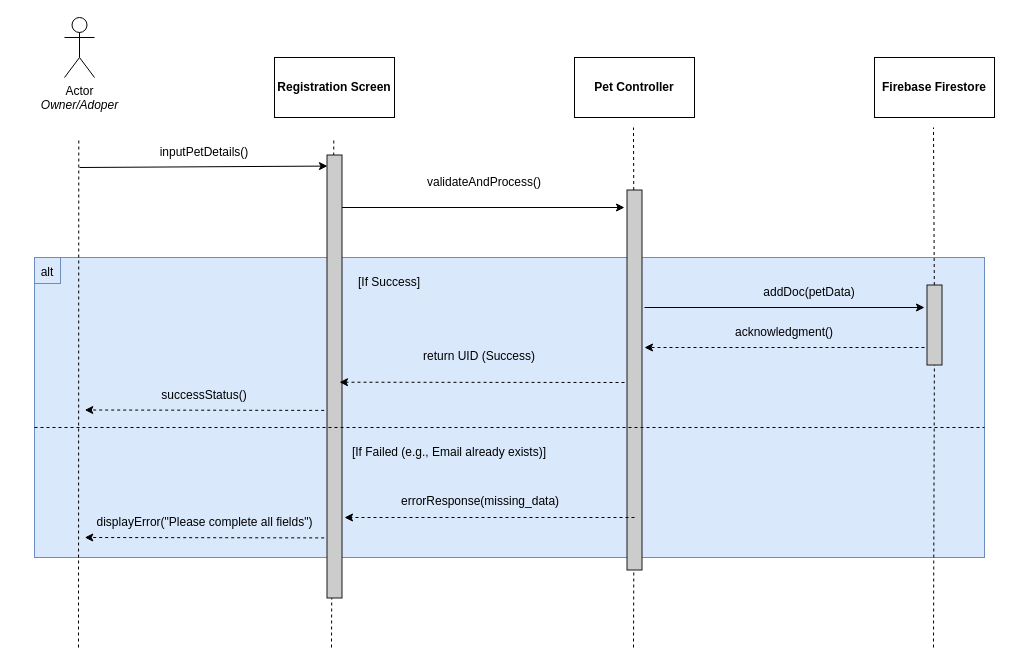
This is page "Pet Registration" (2 of 5) of SD_MAGDA.drawio from Chels013/Breedr-Diagrams, a draw.io file, before an edit. Source tidied: cells renumbered, new cells numbered last; positions are measured from the earlier drawing's top-left corner, leaving out a move shared by most shapes. Both pictures are drawn from the tidied source at 100%, with x=0, y=0 at pixel (17, 17).
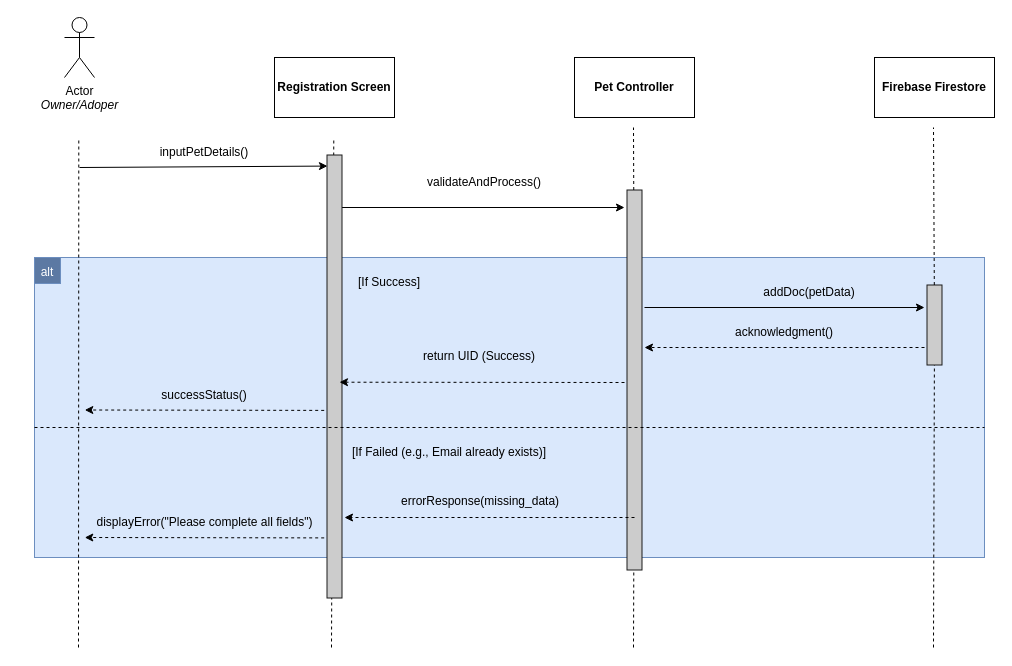
The same page after the edit.

Diff of the diagram source:
```diff
@@
-    <mxCell id="33" style="whiteSpace=wrap;html=1;fillColor=#dae8fc;strokeColor=#6c8ebf;" parent="1" vertex="1">
+    <mxCell id="33" style="whiteSpace=wrap;html=1;fillColor=#5C79A3;strokeColor=#6c8ebf;" parent="1" vertex="1">
       <mxGeometry x="17" y="240" width="26" height="26" as="geometry" />
     </mxCell>
-    <mxCell id="34" value="alt" style="text;html=1;align=center;verticalAlign=middle;whiteSpace=wrap;rounded=0;" parent="1" vertex="1">
+    <mxCell id="34" value="&lt;font style=&quot;color: rgb(255, 255, 255);&quot;&gt;alt&lt;/font&gt;" style="text;html=1;align=center;verticalAlign=middle;whiteSpace=wrap;rounded=0;" parent="1" vertex="1">
       <mxGeometry y="240" width="60" height="30" as="geometry" />
     </mxCell>
```
